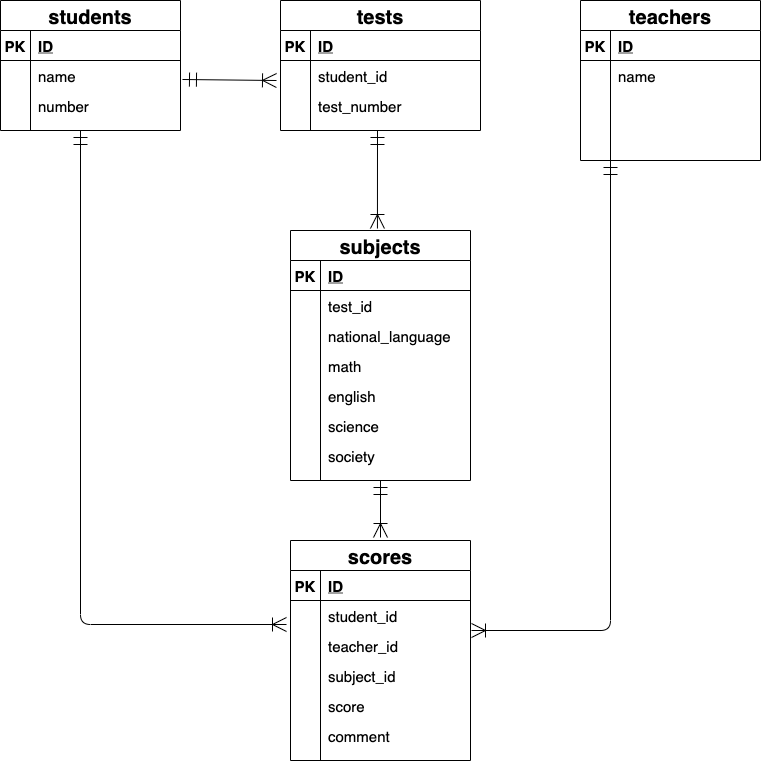
Before: index.drawio.png, a diagram exported from draw.io (FujiiMarie/ER). Source tidied: cells renumbered, new cells last; positions are measured from the earlier drawing's top-left corner, leaving out a move shared by most shapes.
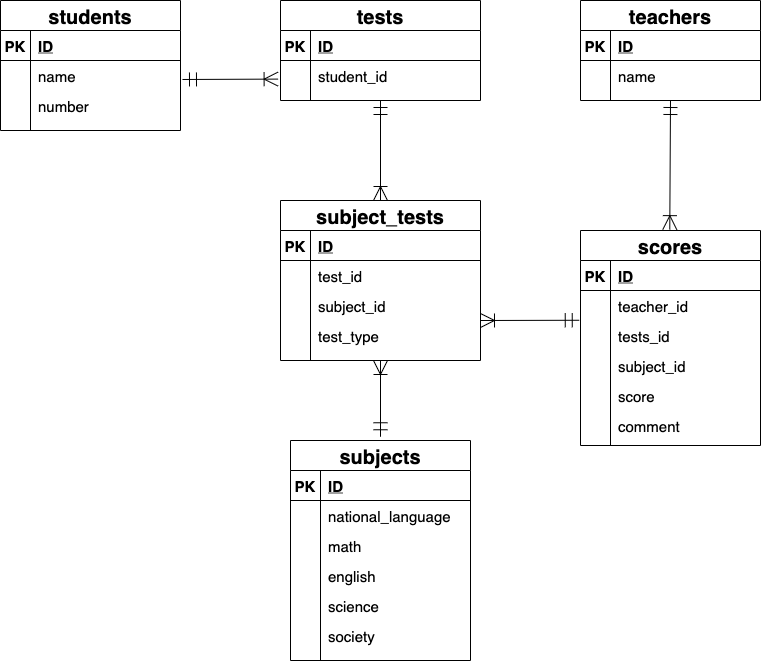
Later version of the same file.

Change to the diagram source:
```diff
@@ -33,7 +33,7 @@
       <mxGeometry x="30" width="150" height="30" as="geometry" />
     </mxCell>
     <mxCell id="12" value="tests" style="shape=table;startSize=30;rowLines=0;fontStyle=1;align=center;fontSize=20;" parent="1" vertex="1">
-      <mxGeometry x="280" width="200" height="130" as="geometry" />
+      <mxGeometry x="280" width="200" height="100" as="geometry" />
     </mxCell>
     <mxCell id="13" style="shape=partialRectangle;fillColor=none;top=0;left=0;bottom=1;right=0;" parent="12" vertex="1">
       <mxGeometry y="30" width="200" height="30" as="geometry" />
@@ -53,17 +53,8 @@
     <mxCell id="18" value="student_id" style="shape=partialRectangle;fillColor=none;top=0;left=0;bottom=0;right=0;align=left;spacingLeft=6;overflow=hidden;fontSize=15;" parent="16" vertex="1">
       <mxGeometry x="30" width="170" height="30" as="geometry" />
     </mxCell>
-    <mxCell id="19" style="shape=partialRectangle;fillColor=none;top=0;left=0;bottom=0;right=0;" parent="12" vertex="1">
-      <mxGeometry y="90" width="200" height="30" as="geometry" />
-    </mxCell>
-    <mxCell id="20" style="shape=partialRectangle;fillColor=none;top=0;left=0;bottom=0;right=0;overflow=hidden;" parent="19" vertex="1">
-      <mxGeometry width="30" height="30" as="geometry" />
-    </mxCell>
-    <mxCell id="21" value="test_number" style="shape=partialRectangle;fillColor=none;top=0;left=0;bottom=0;right=0;align=left;spacingLeft=6;overflow=hidden;fontSize=15;" parent="19" vertex="1">
-      <mxGeometry x="30" width="170" height="30" as="geometry" />
-    </mxCell>
     <mxCell id="22" value="teachers" style="shape=table;startSize=30;rowLines=0;fontStyle=1;align=center;fontSize=20;" parent="1" vertex="1">
-      <mxGeometry x="580" width="180" height="160" as="geometry" />
+      <mxGeometry x="580" width="180" height="100" as="geometry" />
     </mxCell>
     <mxCell id="23" style="shape=partialRectangle;fillColor=none;top=0;left=0;bottom=1;right=0;" parent="22" vertex="1">
       <mxGeometry y="30" width="180" height="30" as="geometry" />
@@ -83,29 +74,11 @@
     <mxCell id="28" value="name" style="shape=partialRectangle;fillColor=none;top=0;left=0;bottom=0;right=0;align=left;spacingLeft=6;overflow=hidden;fontSize=15;" parent="26" vertex="1">
       <mxGeometry x="30" width="150" height="30" as="geometry" />
     </mxCell>
-    <mxCell id="29" style="shape=partialRectangle;fillColor=none;top=0;left=0;bottom=0;right=0;" parent="22" vertex="1">
-      <mxGeometry y="90" width="180" height="30" as="geometry" />
-    </mxCell>
-    <mxCell id="30" style="shape=partialRectangle;fillColor=none;top=0;left=0;bottom=0;right=0;overflow=hidden;" parent="29" vertex="1">
-      <mxGeometry width="30" height="30" as="geometry" />
-    </mxCell>
-    <mxCell id="31" style="shape=partialRectangle;fillColor=none;top=0;left=0;bottom=0;right=0;align=left;spacingLeft=6;overflow=hidden;" parent="29" vertex="1">
-      <mxGeometry x="30" width="150" height="30" as="geometry" />
-    </mxCell>
-    <mxCell id="32" style="shape=partialRectangle;fillColor=none;top=0;left=0;bottom=0;right=0;" parent="22" vertex="1">
-      <mxGeometry y="120" width="180" height="30" as="geometry" />
-    </mxCell>
-    <mxCell id="33" style="shape=partialRectangle;fillColor=none;top=0;left=0;bottom=0;right=0;overflow=hidden;" parent="32" vertex="1">
-      <mxGeometry width="30" height="30" as="geometry" />
-    </mxCell>
-    <mxCell id="34" style="shape=partialRectangle;fillColor=none;top=0;left=0;bottom=0;right=0;align=left;spacingLeft=6;overflow=hidden;" parent="32" vertex="1">
-      <mxGeometry x="30" width="150" height="30" as="geometry" />
-    </mxCell>
-    <mxCell id="35" style="fontSize=12;html=1;endArrow=ERoneToMany;startArrow=ERmandOne;startSize=12;endSize=12;exitX=1.011;exitY=0.633;exitDx=0;exitDy=0;exitPerimeter=0;entryX=-0.02;entryY=0.667;entryDx=0;entryDy=0;entryPerimeter=0;" parent="1" edge="1" source="6" target="16">
+    <mxCell id="35" style="fontSize=12;html=1;endArrow=ERoneToMany;startArrow=ERmandOne;startSize=12;endSize=12;exitX=1.011;exitY=0.633;exitDx=0;exitDy=0;exitPerimeter=0;entryX=-0.012;entryY=0.62;entryDx=0;entryDy=0;entryPerimeter=0;" parent="1" edge="1" source="6" target="16">
       <mxGeometry relative="1" as="geometry" />
     </mxCell>
     <mxCell id="36" value="subjects" style="shape=table;startSize=30;rowLines=0;fontStyle=1;align=center;fontSize=20;" parent="1" vertex="1">
-      <mxGeometry x="290" y="230" width="180" height="250" as="geometry" />
+      <mxGeometry x="290" y="440" width="180" height="220" as="geometry" />
     </mxCell>
     <mxCell id="37" style="shape=partialRectangle;fillColor=none;top=0;left=0;bottom=1;right=0;" parent="36" vertex="1">
       <mxGeometry y="30" width="180" height="30" as="geometry" />
@@ -116,17 +89,8 @@
     <mxCell id="39" value="ID" style="shape=partialRectangle;fillColor=none;top=0;left=0;bottom=0;right=0;align=left;spacingLeft=6;fontStyle=5;overflow=hidden;fontSize=15;" parent="37" vertex="1">
       <mxGeometry x="30" width="150" height="30" as="geometry" />
     </mxCell>
-    <mxCell id="40" style="shape=partialRectangle;fillColor=none;top=0;left=0;bottom=0;right=0;" parent="36" vertex="1">
-      <mxGeometry y="60" width="180" height="30" as="geometry" />
-    </mxCell>
-    <mxCell id="41" style="shape=partialRectangle;fillColor=none;top=0;left=0;bottom=0;right=0;overflow=hidden;" parent="40" vertex="1">
-      <mxGeometry width="30" height="30" as="geometry" />
-    </mxCell>
-    <mxCell id="42" value="test_id" style="shape=partialRectangle;fillColor=none;top=0;left=0;bottom=0;right=0;align=left;spacingLeft=6;overflow=hidden;fontSize=15;" parent="40" vertex="1">
-      <mxGeometry x="30" width="150" height="30" as="geometry" />
-    </mxCell>
     <mxCell id="43" style="shape=partialRectangle;fillColor=none;top=0;left=0;bottom=0;right=0;" parent="36" vertex="1">
-      <mxGeometry y="90" width="180" height="30" as="geometry" />
+      <mxGeometry y="60" width="180" height="30" as="geometry" />
     </mxCell>
     <mxCell id="44" style="shape=partialRectangle;fillColor=none;top=0;left=0;bottom=0;right=0;overflow=hidden;" parent="43" vertex="1">
       <mxGeometry width="30" height="30" as="geometry" />
@@ -135,7 +99,7 @@
       <mxGeometry x="30" width="150" height="30" as="geometry" />
     </mxCell>
     <mxCell id="46" style="shape=partialRectangle;fillColor=none;top=0;left=0;bottom=0;right=0;" parent="36" vertex="1">
-      <mxGeometry y="120" width="180" height="30" as="geometry" />
+      <mxGeometry y="90" width="180" height="30" as="geometry" />
     </mxCell>
     <mxCell id="47" style="shape=partialRectangle;fillColor=none;top=0;left=0;bottom=0;right=0;overflow=hidden;" parent="46" vertex="1">
       <mxGeometry width="30" height="30" as="geometry" />
@@ -144,7 +108,7 @@
       <mxGeometry x="30" width="150" height="30" as="geometry" />
     </mxCell>
     <mxCell id="49" style="shape=partialRectangle;fillColor=none;top=0;left=0;bottom=0;right=0;" parent="36" vertex="1">
-      <mxGeometry y="150" width="180" height="30" as="geometry" />
+      <mxGeometry y="120" width="180" height="30" as="geometry" />
     </mxCell>
     <mxCell id="50" style="shape=partialRectangle;fillColor=none;top=0;left=0;bottom=0;right=0;overflow=hidden;" parent="49" vertex="1">
       <mxGeometry width="30" height="30" as="geometry" />
@@ -153,7 +117,7 @@
       <mxGeometry x="30" width="150" height="30" as="geometry" />
     </mxCell>
     <mxCell id="52" style="shape=partialRectangle;fillColor=none;top=0;left=0;bottom=0;right=0;" parent="36" vertex="1">
-      <mxGeometry y="180" width="180" height="30" as="geometry" />
+      <mxGeometry y="150" width="180" height="30" as="geometry" />
     </mxCell>
     <mxCell id="53" style="shape=partialRectangle;fillColor=none;top=0;left=0;bottom=0;right=0;overflow=hidden;" parent="52" vertex="1">
       <mxGeometry width="30" height="30" as="geometry" />
@@ -162,7 +126,7 @@
       <mxGeometry x="30" width="150" height="30" as="geometry" />
     </mxCell>
     <mxCell id="55" style="shape=partialRectangle;fillColor=none;top=0;left=0;bottom=0;right=0;" parent="36" vertex="1">
-      <mxGeometry y="210" width="180" height="30" as="geometry" />
+      <mxGeometry y="180" width="180" height="30" as="geometry" />
     </mxCell>
     <mxCell id="56" style="shape=partialRectangle;fillColor=none;top=0;left=0;bottom=0;right=0;overflow=hidden;" parent="55" vertex="1">
       <mxGeometry width="30" height="30" as="geometry" />
@@ -170,22 +134,18 @@
     <mxCell id="57" value="society" style="shape=partialRectangle;fillColor=none;top=0;left=0;bottom=0;right=0;align=left;spacingLeft=6;overflow=hidden;fontSize=15;" parent="55" vertex="1">
       <mxGeometry x="30" width="150" height="30" as="geometry" />
     </mxCell>
-    <mxCell id="58" style="fontSize=12;html=1;endArrow=ERoneToMany;startArrow=ERmandOne;startSize=12;endSize=12;entryX=0.483;entryY=-0.008;entryDx=0;entryDy=0;entryPerimeter=0;" parent="1" edge="1" target="36">
+    <mxCell id="58" style="fontSize=12;html=1;endArrow=ERoneToMany;startArrow=ERmandOne;startSize=12;endSize=12;" parent="1" edge="1" target="83">
       <mxGeometry relative="1" as="geometry">
-        <mxPoint x="377" y="130" as="sourcePoint" />
+        <mxPoint x="380" y="100" as="sourcePoint" />
       </mxGeometry>
     </mxCell>
-    <mxCell id="59" style="fontSize=12;html=1;endArrow=ERoneToMany;startArrow=ERmandOne;startSize=12;endSize=12;endFill=0;" parent="1" edge="1">
+    <mxCell id="59" style="fontSize=12;html=1;endArrow=ERoneToMany;startArrow=ERmandOne;startSize=12;endSize=12;endFill=0;jumpSize=6;entryX=0.496;entryY=-0.004;entryDx=0;entryDy=0;entryPerimeter=0;" parent="1" edge="1" target="60">
       <mxGeometry relative="1" as="geometry">
-        <mxPoint x="610" y="160" as="sourcePoint" />
-        <mxPoint x="471" y="630" as="targetPoint" />
-        <Array as="points">
-          <mxPoint x="610" y="630" />
-        </Array>
+        <mxPoint x="670" y="100" as="sourcePoint" />
       </mxGeometry>
     </mxCell>
     <mxCell id="60" value="scores" style="shape=table;startSize=30;rowLines=0;fontStyle=1;align=center;fontSize=20;" parent="1" vertex="1">
-      <mxGeometry x="290" y="540" width="180" height="220" as="geometry" />
+      <mxGeometry x="580" y="230" width="180" height="215" as="geometry" />
     </mxCell>
     <mxCell id="61" style="shape=partialRectangle;fillColor=none;top=0;left=0;bottom=1;right=0;" parent="60" vertex="1">
       <mxGeometry y="30" width="180" height="30" as="geometry" />
@@ -196,17 +156,8 @@
     <mxCell id="63" value="ID" style="shape=partialRectangle;fillColor=none;top=0;left=0;bottom=0;right=0;align=left;spacingLeft=6;fontStyle=5;overflow=hidden;fontSize=15;" parent="61" vertex="1">
       <mxGeometry x="30" width="150" height="30" as="geometry" />
     </mxCell>
-    <mxCell id="64" style="shape=partialRectangle;fillColor=none;top=0;left=0;bottom=0;right=0;" parent="60" vertex="1">
-      <mxGeometry y="60" width="180" height="30" as="geometry" />
-    </mxCell>
-    <mxCell id="65" style="shape=partialRectangle;fillColor=none;top=0;left=0;bottom=0;right=0;overflow=hidden;" parent="64" vertex="1">
-      <mxGeometry width="30" height="30" as="geometry" />
-    </mxCell>
-    <mxCell id="66" value="student_id" style="shape=partialRectangle;fillColor=none;top=0;left=0;bottom=0;right=0;align=left;spacingLeft=6;overflow=hidden;fontSize=15;" parent="64" vertex="1">
-      <mxGeometry x="30" width="150" height="30" as="geometry" />
-    </mxCell>
     <mxCell id="67" style="shape=partialRectangle;fillColor=none;top=0;left=0;bottom=0;right=0;" parent="60" vertex="1">
-      <mxGeometry y="90" width="180" height="30" as="geometry" />
+      <mxGeometry y="60" width="180" height="30" as="geometry" />
     </mxCell>
     <mxCell id="68" style="shape=partialRectangle;fillColor=none;top=0;left=0;bottom=0;right=0;overflow=hidden;" parent="67" vertex="1">
       <mxGeometry width="30" height="30" as="geometry" />
@@ -214,6 +165,15 @@
     <mxCell id="69" value="teacher_id" style="shape=partialRectangle;fillColor=none;top=0;left=0;bottom=0;right=0;align=left;spacingLeft=6;overflow=hidden;fontSize=15;" parent="67" vertex="1">
       <mxGeometry x="30" width="150" height="30" as="geometry" />
     </mxCell>
+    <mxCell id="29" style="shape=partialRectangle;fillColor=none;top=0;left=0;bottom=0;right=0;" parent="60" vertex="1">
+      <mxGeometry y="90" width="180" height="30" as="geometry" />
+    </mxCell>
+    <mxCell id="81" style="shape=partialRectangle;fillColor=none;top=0;left=0;bottom=0;right=0;overflow=hidden;" parent="29" vertex="1">
+      <mxGeometry width="30" height="30" as="geometry" />
+    </mxCell>
+    <mxCell id="82" value="tests_id" style="shape=partialRectangle;fillColor=none;top=0;left=0;bottom=0;right=0;align=left;spacingLeft=6;overflow=hidden;fontSize=15;" parent="29" vertex="1">
+      <mxGeometry x="30" width="150" height="30" as="geometry" />
+    </mxCell>
     <mxCell id="70" style="shape=partialRectangle;fillColor=none;top=0;left=0;bottom=0;right=0;" parent="60" vertex="1">
       <mxGeometry y="120" width="180" height="30" as="geometry" />
     </mxCell>
@@ -241,20 +201,55 @@
     <mxCell id="78" value="comment" style="shape=partialRectangle;fillColor=none;top=0;left=0;bottom=0;right=0;align=left;spacingLeft=6;overflow=hidden;fontSize=15;" parent="76" vertex="1">
       <mxGeometry x="30" width="150" height="30" as="geometry" />
     </mxCell>
-    <mxCell id="79" style="fontSize=12;html=1;endArrow=ERoneToMany;startArrow=ERmandOne;startSize=12;endSize=12;" parent="1" edge="1">
-      <mxGeometry relative="1" as="geometry">
-        <mxPoint x="80" y="130" as="sourcePoint" />
-        <mxPoint x="286" y="624" as="targetPoint" />
-        <Array as="points">
-          <mxPoint x="80" y="624" />
-        </Array>
-      </mxGeometry>
-    </mxCell>
-    <mxCell id="80" style="fontSize=12;html=1;endArrow=ERoneToMany;startArrow=ERmandOne;strokeWidth=1;endSize=12;startSize=12;endFill=0;" parent="1" edge="1">
-      <mxGeometry relative="1" as="geometry">
-        <mxPoint x="380" y="480" as="sourcePoint" />
-        <mxPoint x="380" y="537" as="targetPoint" />
-      </mxGeometry>
-    </mxCell>
+    <mxCell id="83" value="subject_tests" style="shape=table;startSize=30;rowLines=0;fontStyle=1;align=center;fontSize=20;" parent="1" vertex="1">
+      <mxGeometry x="280" y="200" width="200" height="160" as="geometry" />
+    </mxCell>
+    <mxCell id="84" style="shape=partialRectangle;fillColor=none;top=0;left=0;bottom=1;right=0;" parent="83" vertex="1">
+      <mxGeometry y="30" width="200" height="30" as="geometry" />
+    </mxCell>
+    <mxCell id="85" value="PK" style="shape=partialRectangle;fillColor=none;top=0;left=0;bottom=0;right=0;fontStyle=1;overflow=hidden;fontSize=15;" parent="84" vertex="1">
+      <mxGeometry width="30" height="30" as="geometry" />
+    </mxCell>
+    <mxCell id="86" value="ID" style="shape=partialRectangle;fillColor=none;top=0;left=0;bottom=0;right=0;align=left;spacingLeft=6;fontStyle=5;overflow=hidden;fontSize=15;" parent="84" vertex="1">
+      <mxGeometry x="30" width="170" height="30" as="geometry" />
+    </mxCell>
+    <mxCell id="87" style="shape=partialRectangle;fillColor=none;top=0;left=0;bottom=0;right=0;" parent="83" vertex="1">
+      <mxGeometry y="60" width="200" height="30" as="geometry" />
+    </mxCell>
+    <mxCell id="88" style="shape=partialRectangle;fillColor=none;top=0;left=0;bottom=0;right=0;overflow=hidden;" parent="87" vertex="1">
+      <mxGeometry width="30" height="30" as="geometry" />
+    </mxCell>
+    <mxCell id="42" value="test_id" style="shape=partialRectangle;fillColor=none;top=0;left=0;bottom=0;right=0;align=left;spacingLeft=6;overflow=hidden;fontSize=15;" parent="87" vertex="1">
+      <mxGeometry x="30" width="170" height="30" as="geometry" />
+    </mxCell>
+    <mxCell id="19" style="shape=partialRectangle;fillColor=none;top=0;left=0;bottom=0;right=0;" parent="83" vertex="1">
+      <mxGeometry y="90" width="200" height="30" as="geometry" />
+    </mxCell>
+    <mxCell id="89" style="shape=partialRectangle;fillColor=none;top=0;left=0;bottom=0;right=0;overflow=hidden;" parent="19" vertex="1">
+      <mxGeometry width="30" height="30" as="geometry" />
+    </mxCell>
+    <mxCell id="90" value="subject_id" style="shape=partialRectangle;fillColor=none;top=0;left=0;bottom=0;right=0;align=left;spacingLeft=6;overflow=hidden;fontSize=15;" parent="19" vertex="1">
+      <mxGeometry x="30" width="170" height="30" as="geometry" />
+    </mxCell>
+    <mxCell id="91" style="shape=partialRectangle;fillColor=none;top=0;left=0;bottom=0;right=0;" parent="83" vertex="1">
+      <mxGeometry y="120" width="200" height="30" as="geometry" />
+    </mxCell>
+    <mxCell id="92" style="shape=partialRectangle;fillColor=none;top=0;left=0;bottom=0;right=0;overflow=hidden;" parent="91" vertex="1">
+      <mxGeometry width="30" height="30" as="geometry" />
+    </mxCell>
+    <mxCell id="93" value="test_type" style="shape=partialRectangle;fillColor=none;top=0;left=0;bottom=0;right=0;align=left;spacingLeft=6;overflow=hidden;fontSize=15;" parent="91" vertex="1">
+      <mxGeometry x="30" width="170" height="30" as="geometry" />
+    </mxCell>
+    <mxCell id="94" style="fontSize=12;html=1;endArrow=ERoneToMany;startArrow=ERmandOne;startSize=12;endSize=12;exitX=0.5;exitY=-0.017;exitDx=0;exitDy=0;exitPerimeter=0;" parent="1" edge="1" source="36">
+      <mxGeometry relative="1" as="geometry">
+        <mxPoint x="380" y="360" as="targetPoint" />
+      </mxGeometry>
+    </mxCell>
+    <mxCell id="95" style="fontSize=12;html=1;endArrow=ERoneToMany;startArrow=ERmandOne;startSize=12;endSize=12;exitX=-0.007;exitY=0.492;exitDx=0;exitDy=0;exitPerimeter=0;" parent="1" edge="1">
+      <mxGeometry relative="1" as="geometry">
+        <mxPoint x="578.7" y="319.8" as="sourcePoint" />
+        <mxPoint x="480" y="320" as="targetPoint" />
+      </mxGeometry>
+    </mxCell>
   </root>
 </mxGraphModel>
```
